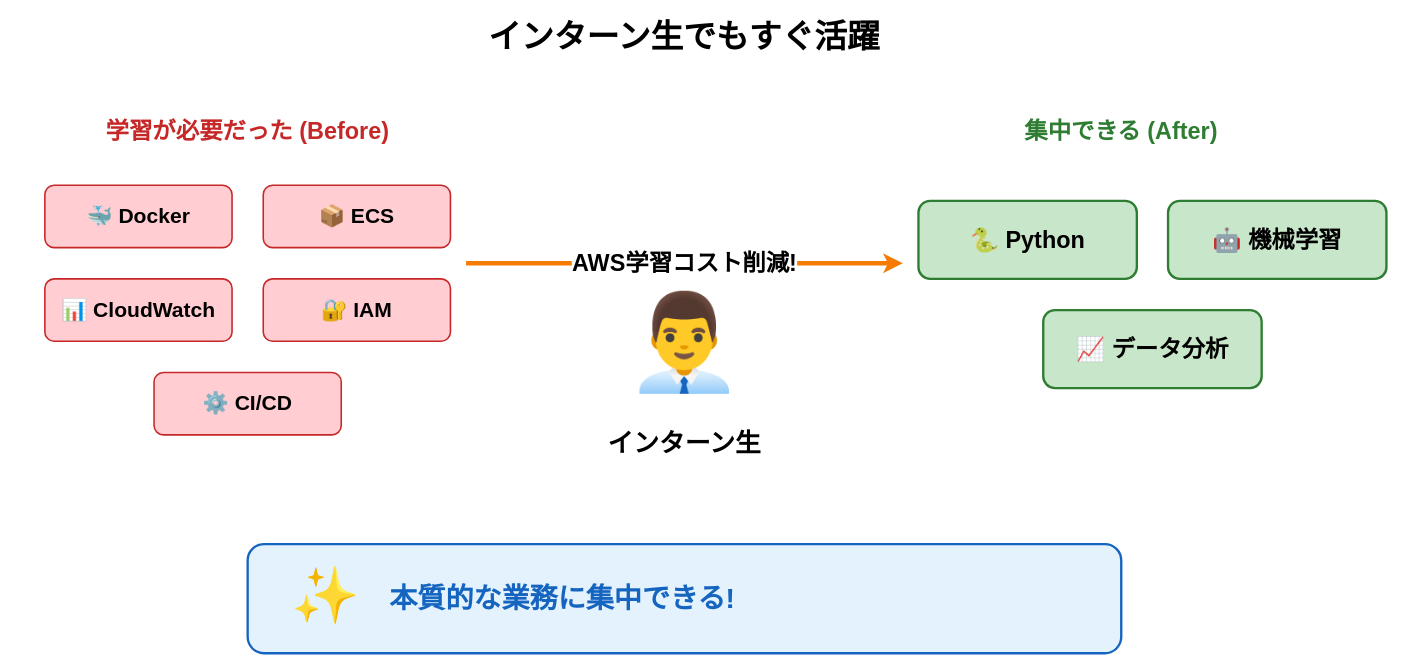
This is assets/2025-11-07-tamesare-data-sapporo/intern-productivity.drawio from i9wa4/i9wa4.github.io, a draw.io file, before an edit. Source tidied: cells renumbered, new cells numbered last; positions are measured from the earlier drawing's top-left corner, leaving out a move shared by most shapes. Both pictures are drawn from the tidied source at 78%, with x=0, y=0 at pixel (13, 13).
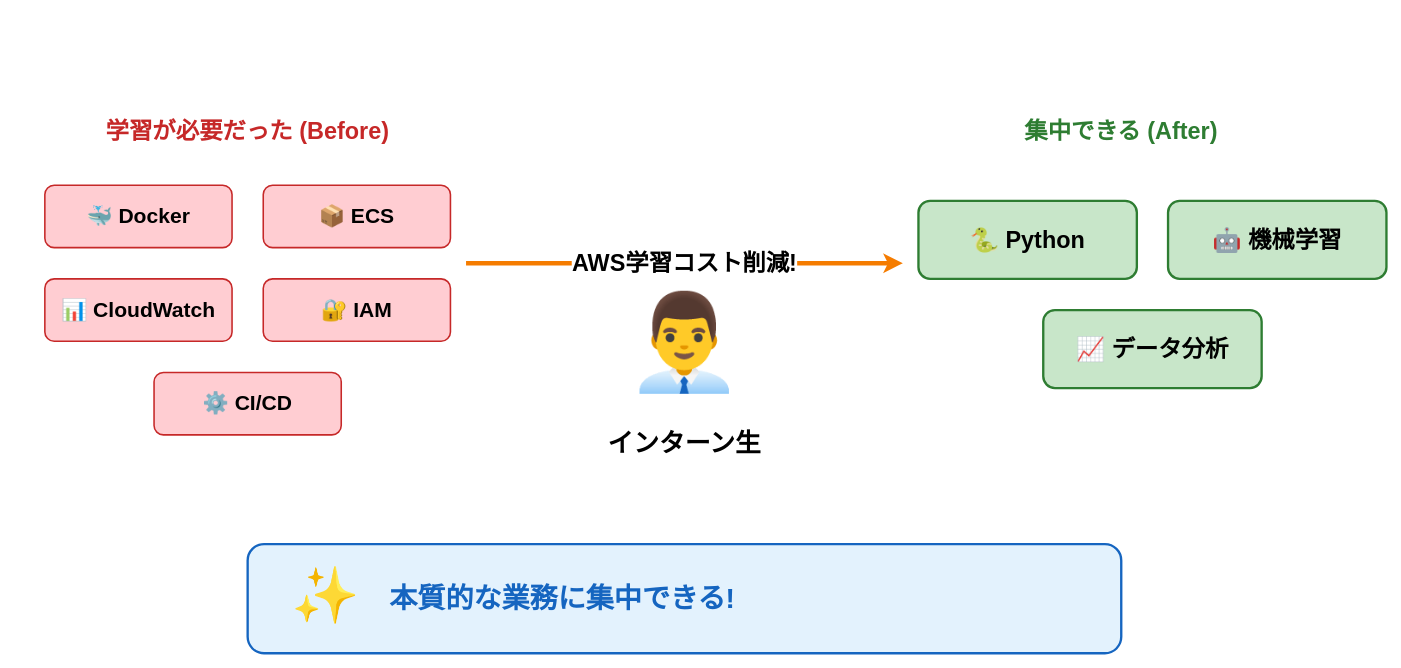
The same diagram, later.

The edit, as a diff of the source:
```diff
@@
 <mxGraphModel>
   <root>
     <mxCell id="0" />
     <mxCell id="1" parent="0" />
-    <mxCell id="2" value="インターン生でもすぐ活躍" style="text;html=1;strokeColor=none;fillColor=none;align=center;verticalAlign=middle;whiteSpace=wrap;rounded=0;fontSize=42;fontStyle=1;" parent="1" vertex="1">
-      <mxGeometry x="560" width="600" height="60" as="geometry" />
-    </mxCell>
     <mxCell id="3" value="👨‍💼" style="text;html=1;strokeColor=none;fillColor=none;align=center;verticalAlign=middle;whiteSpace=wrap;rounded=0;fontSize=120;" parent="1" vertex="1">
       <mxGeometry x="760" y="340" width="200" height="160" as="geometry" />
     </mxCell>
     <mxCell id="4" value="インターン生" style="text;html=1;strokeColor=none;fillColor=none;align=center;verticalAlign=middle;whiteSpace=wrap;rounded=0;fontSize=33;fontStyle=1;" parent="1" vertex="1">
       <mxGeometry x="710" y="520" width="300" height="60" as="geometry" />
     </mxCell>
     <mxCell id="5" value="学習が必要だった (Before)" style="text;html=1;strokeColor=none;fillColor=none;align=center;verticalAlign=middle;whiteSpace=wrap;rounded=0;fontSize=30;fontStyle=1;fontColor=#c62828;" parent="1" vertex="1">
       <mxGeometry y="120" width="600" height="60" as="geometry" />
     </mxCell>
     <mxCell id="6" value="🐳 Docker" style="rounded=1;whiteSpace=wrap;html=1;fillColor=#ffcdd2;strokeColor=#c62828;fontSize=27;fontStyle=1;strokeWidth=2;" parent="1" vertex="1">
       <mxGeometry x="40" y="220" width="240" height="80" as="geometry" />
     </mxCell>
     <mxCell id="7" value="📦 ECS" style="rounded=1;whiteSpace=wrap;html=1;fillColor=#ffcdd2;strokeColor=#c62828;fontSize=27;fontStyle=1;strokeWidth=2;" parent="1" vertex="1">
       <mxGeometry x="320" y="220" width="240" height="80" as="geometry" />
     </mxCell>
     <mxCell id="8" value="📊 CloudWatch" style="rounded=1;whiteSpace=wrap;html=1;fillColor=#ffcdd2;strokeColor=#c62828;fontSize=27;fontStyle=1;strokeWidth=2;" parent="1" vertex="1">
       <mxGeometry x="40" y="340" width="240" height="80" as="geometry" />
     </mxCell>
     <mxCell id="9" value="🔐 IAM" style="rounded=1;whiteSpace=wrap;html=1;fillColor=#ffcdd2;strokeColor=#c62828;fontSize=27;fontStyle=1;strokeWidth=2;" parent="1" vertex="1">
       <mxGeometry x="320" y="340" width="240" height="80" as="geometry" />
     </mxCell>
     <mxCell id="10" value="⚙️ CI/CD" style="rounded=1;whiteSpace=wrap;html=1;fillColor=#ffcdd2;strokeColor=#c62828;fontSize=27;fontStyle=1;strokeWidth=2;" parent="1" vertex="1">
       <mxGeometry x="180" y="460" width="240" height="80" as="geometry" />
     </mxCell>
     <mxCell id="11" value="AWS学習コスト削減!" style="endArrow=classic;html=1;strokeWidth=6;strokeColor=#f57c00;fontSize=30;fontStyle=1;" parent="1" edge="1">
       <mxGeometry relative="1" as="geometry">
         <mxPoint x="580" y="320" as="sourcePoint" />
         <mxPoint x="1140" y="320" as="targetPoint" />
       </mxGeometry>
     </mxCell>
     <mxCell id="12" value="集中できる (After)" style="text;html=1;strokeColor=none;fillColor=none;align=center;verticalAlign=middle;whiteSpace=wrap;rounded=0;fontSize=30;fontStyle=1;fontColor=#2e7d32;" parent="1" vertex="1">
       <mxGeometry x="1120" y="120" width="600" height="60" as="geometry" />
     </mxCell>
     <mxCell id="13" value="🐍 Python" style="rounded=1;whiteSpace=wrap;html=1;fillColor=#c8e6c9;strokeColor=#2e7d32;fontSize=30;fontStyle=1;strokeWidth=3;" parent="1" vertex="1">
       <mxGeometry x="1160" y="240" width="280" height="100" as="geometry" />
     </mxCell>
     <mxCell id="14" value="🤖 機械学習" style="rounded=1;whiteSpace=wrap;html=1;fillColor=#c8e6c9;strokeColor=#2e7d32;fontSize=30;fontStyle=1;strokeWidth=3;" parent="1" vertex="1">
       <mxGeometry x="1480" y="240" width="280" height="100" as="geometry" />
     </mxCell>
     <mxCell id="15" value="📈 データ分析" style="rounded=1;whiteSpace=wrap;html=1;fillColor=#c8e6c9;strokeColor=#2e7d32;fontSize=30;fontStyle=1;strokeWidth=3;" parent="1" vertex="1">
       <mxGeometry x="1320" y="380" width="280" height="100" as="geometry" />
     </mxCell>
     <mxCell id="16" style="rounded=1;whiteSpace=wrap;html=1;fillColor=#e3f2fd;strokeColor=#1565c0;strokeWidth=3;" parent="1" vertex="1">
       <mxGeometry x="300" y="680" width="1120" height="140" as="geometry" />
     </mxCell>
     <mxCell id="17" value="✨" style="text;html=1;strokeColor=none;fillColor=none;align=center;verticalAlign=middle;whiteSpace=wrap;rounded=0;fontSize=70;" parent="1" vertex="1">
       <mxGeometry x="350" y="705" width="100" height="80" as="geometry" />
     </mxCell>
     <mxCell id="18" value="本質的な業務に集中できる!" style="text;html=1;strokeColor=none;fillColor=none;align=left;verticalAlign=middle;whiteSpace=wrap;rounded=0;fontSize=36;fontStyle=1;fontColor=#1565c0;" parent="1" vertex="1">
       <mxGeometry x="480" y="720" width="880" height="60" as="geometry" />
     </mxCell>
   </root>
 </mxGraphModel>
```
